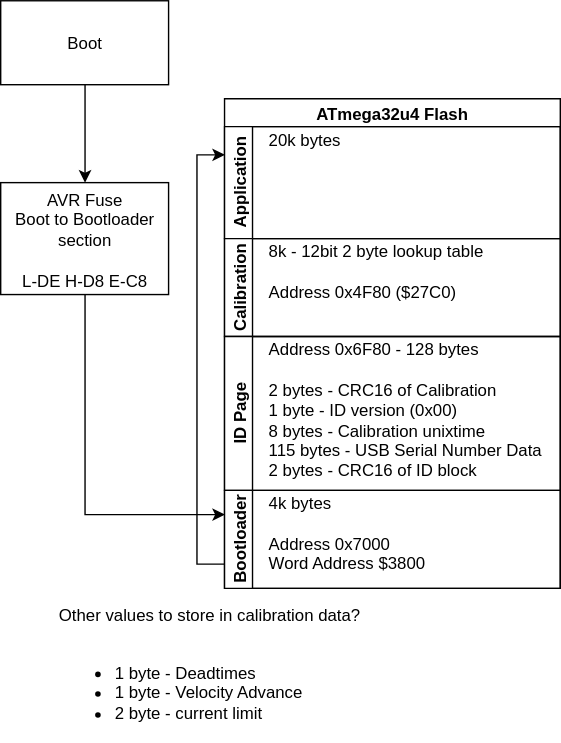
Earlier version of the draw.io export docs/Boot Map.svg (cinderblock/3-Phase-Controller). Source tidied: cells renumbered, new cells last; positions are measured from the earlier drawing's top-left corner, leaving out a move shared by most shapes.
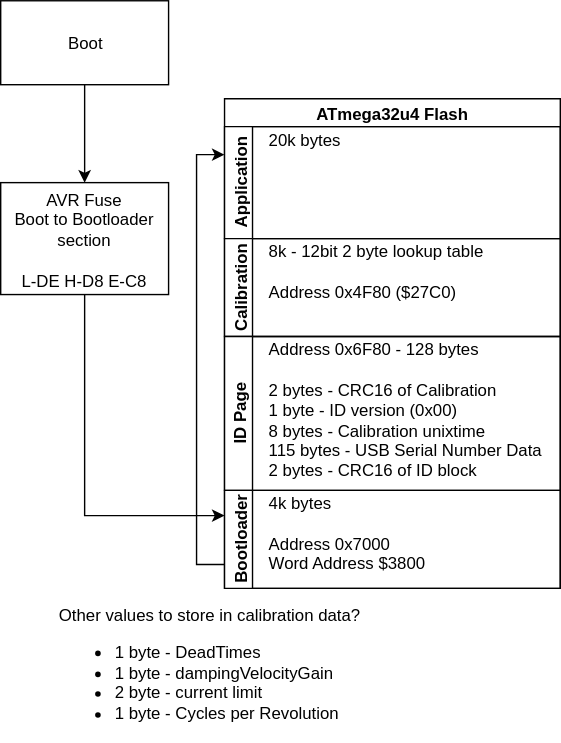
After the commit.

Change to the diagram source:
```diff
@@ -44,7 +44,7 @@
     <mxCell id="15" value="4k bytes&lt;br&gt;&lt;br&gt;Address 0x7000&lt;br&gt;Word Address $3800&lt;br&gt;" style="text;html=1;align=left;verticalAlign=top;spacingTop=-4;" parent="14" vertex="1">
       <mxGeometry x="30" width="130" height="60" as="geometry" />
     </mxCell>
-    <mxCell id="16" value="Other values to store in calibration data?&lt;br&gt;&lt;br&gt;&lt;ul&gt;&lt;li&gt;1 byte - Deadtimes&lt;br&gt;&lt;/li&gt;&lt;li&gt;1 byte - Velocity Advance&lt;/li&gt;&lt;li&gt;2 byte - current limit&lt;/li&gt;&lt;/ul&gt;" style="text;html=1;align=left;verticalAlign=top;spacingTop=-4;" parent="1" vertex="1">
+    <mxCell id="16" value="Other values to store in calibration data?&lt;br&gt;&lt;ul&gt;&lt;li&gt;1 byte - DeadTimes&lt;br&gt;&lt;/li&gt;&lt;li&gt;1 byte - dampingVelocityGain&lt;/li&gt;&lt;li&gt;2 byte - current limit&lt;/li&gt;&lt;li&gt;1 byte - Cycles per Revolution&lt;/li&gt;&lt;/ul&gt;" style="text;html=1;align=left;verticalAlign=top;spacingTop=-4;" parent="1" vertex="1">
       <mxGeometry x="40" y="430" width="230" height="100" as="geometry" />
     </mxCell>
   </root>
```
